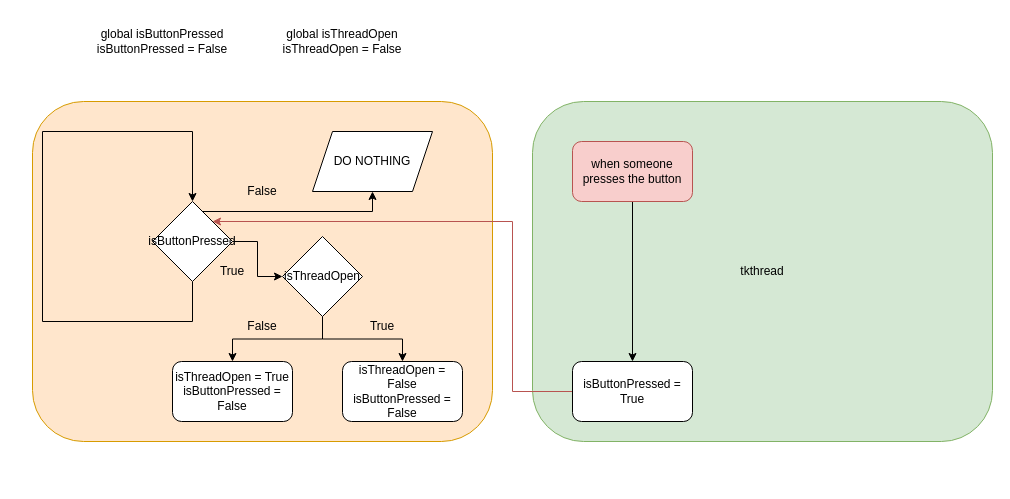
Lyfae/UAV_Robotics_Team keeps this draw.io diagram as Spring 2021/Documentation/toggle logic.drawio. Above is the earlier version. Source tidied: cells renumbered, new cells numbered last; positions are measured from the earlier drawing's top-left corner, leaving out a move shared by most shapes. Both pictures are drawn from the tidied source at 100%, with x=0, y=0 at pixel (32, 31).
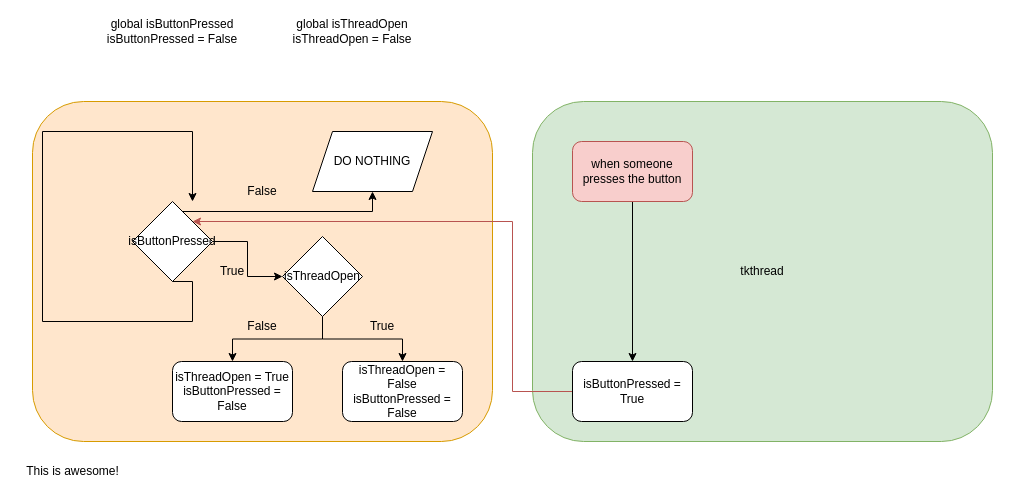
Above is the later version.

What changed in the source:
```diff
@@
     <mxCell id="4" value="global isButtonPressed&lt;br&gt;isButtonPressed = False" style="text;html=1;strokeColor=none;fillColor=none;align=center;verticalAlign=middle;whiteSpace=wrap;rounded=0;" parent="1" vertex="1">
-      <mxGeometry x="60" width="140" height="20" as="geometry" />
+      <mxGeometry x="70" y="-10" width="140" height="20" as="geometry" />
     </mxCell>
@@
     <mxCell id="7" value="isButtonPressed" style="rhombus;whiteSpace=wrap;html=1;" parent="1" vertex="1">
-      <mxGeometry x="120" y="170" width="80" height="80" as="geometry" />
+      <mxGeometry x="100" y="170" width="80" height="80" as="geometry" />
     </mxCell>
@@
     <mxCell id="12" value="global isThreadOpen&lt;br&gt;isThreadOpen = False" style="text;html=1;strokeColor=none;fillColor=none;align=center;verticalAlign=middle;whiteSpace=wrap;rounded=0;" parent="1" vertex="1">
-      <mxGeometry x="240" width="140" height="20" as="geometry" />
+      <mxGeometry x="250" y="-10" width="140" height="20" as="geometry" />
     </mxCell>
@@
+    <mxCell id="24" value="This is awesome!" style="text;html=1;align=center;verticalAlign=middle;" parent="1" vertex="1">
+      <mxGeometry x="-15" y="430" width="110" height="20" as="geometry" />
+    </mxCell>
```
